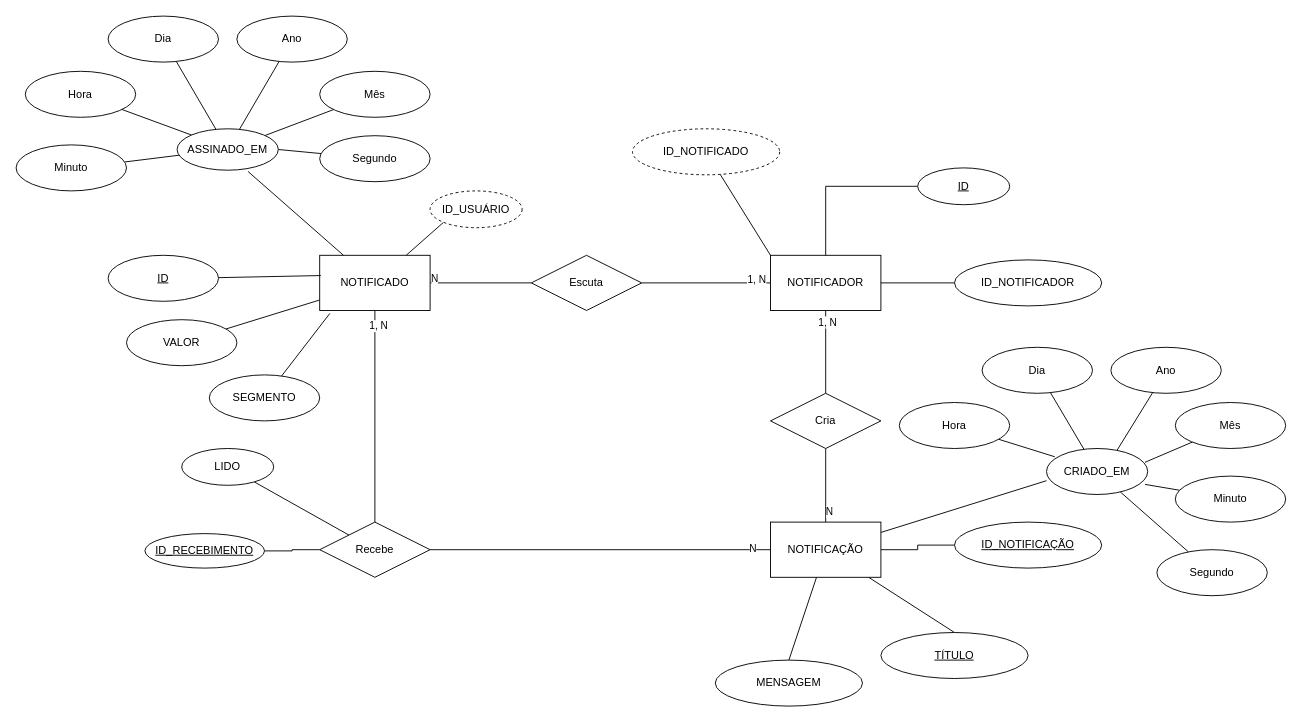
Above: docs/erd/erd.drawio in AppMorada/notificationApi (draw.io), before the change. Source tidied: cells renumbered, new cells numbered last; positions are measured from the earlier drawing's top-left corner, leaving out a move shared by most shapes. Both pictures are drawn from the tidied source at 92%, with x=0, y=0 at pixel (16, 16).
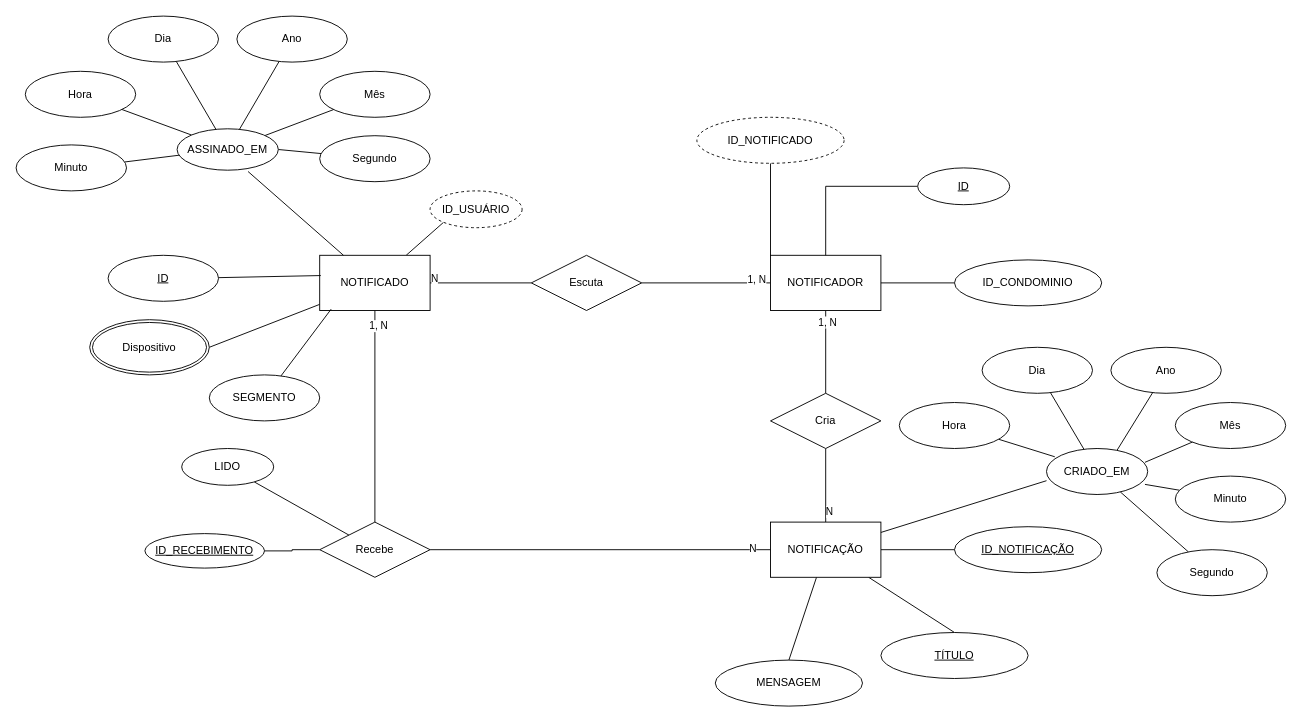
After the change.

Commit message (it also covers changes not shown here):
docs: atualizar erd e adicionar swagger

The change refers to these unchanged cells:
```xml
<mxCell id="6" value="NOTIFICADO" style="rounded=0;whiteSpace=wrap;html=1;" parent="1" vertex="1">
  <mxGeometry x="330" y="260" width="120" height="60" as="geometry" />
</mxCell>
<mxCell id="70" value="SEGMENTO" style="ellipse;whiteSpace=wrap;html=1;" parent="1" vertex="1">
  <mxGeometry x="210" y="390" width="120" height="50" as="geometry" />
</mxCell>
```

The edit, as a diff of the source:
```diff
@@
-    <mxCell id="2" style="rounded=0;jettySize=auto;html=1;endArrow=none;endFill=0;" parent="1" edge="1" source="6" target="22">
-      <mxGeometry relative="1" as="geometry" />
-    </mxCell>
@@
+    <mxCell id="72" style="rounded=0;jettySize=auto;html=1;entryX=1;entryY=0.5;entryDx=0;entryDy=0;endArrow=none;endFill=0;" parent="1" edge="1" source="6" target="73">
+      <mxGeometry relative="1" as="geometry" />
+    </mxCell>
@@
-    <mxCell id="22" value="VALOR" style="ellipse;whiteSpace=wrap;html=1;" parent="1" vertex="1">
-      <mxGeometry x="120" y="330" width="120" height="50" as="geometry" />
-    </mxCell>
@@
     <mxCell id="35" value="ID_NOTIFICADO" style="ellipse;whiteSpace=wrap;html=1;align=center;dashed=1;" parent="1" vertex="1">
-      <mxGeometry x="670" y="122.5" width="160" height="50" as="geometry" />
+      <mxGeometry x="740" y="110" width="160" height="50" as="geometry" />
     </mxCell>
@@
-    <mxCell id="37" value="ID_NOTIFICADOR" style="ellipse;whiteSpace=wrap;html=1;align=center;" parent="1" vertex="1">
+    <mxCell id="37" value="ID_CONDOMINIO" style="ellipse;whiteSpace=wrap;html=1;align=center;" parent="1" vertex="1">
       <mxGeometry x="1020" y="265" width="160" height="50" as="geometry" />
     </mxCell>
@@
     <mxCell id="45" value="&lt;u&gt;ID_NOTIFICAÇÃO&lt;/u&gt;" style="ellipse;whiteSpace=wrap;html=1;align=center;" parent="1" vertex="1">
-      <mxGeometry x="1020" y="550" width="160" height="50" as="geometry" />
+      <mxGeometry x="1020" y="555" width="160" height="50" as="geometry" />
     </mxCell>
@@
-    <mxCell id="71" style="rounded=0;jettySize=auto;html=1;entryX=0.092;entryY=1.053;entryDx=0;entryDy=0;entryPerimeter=0;endArrow=none;endFill=0;" parent="1" edge="1" source="70" target="6">
+    <mxCell id="71" style="rounded=0;jettySize=auto;html=1;entryX=0.104;entryY=0.975;entryDx=0;entryDy=0;entryPerimeter=0;endArrow=none;endFill=0;" parent="1" edge="1" source="70" target="6">
       <mxGeometry relative="1" as="geometry" />
     </mxCell>
+    <mxCell id="73" value="Dispositivo" style="ellipse;shape=doubleEllipse;margin=3;whiteSpace=wrap;html=1;align=center;" parent="1" vertex="1">
+      <mxGeometry x="80" y="330" width="130" height="60" as="geometry" />
+    </mxCell>
```
